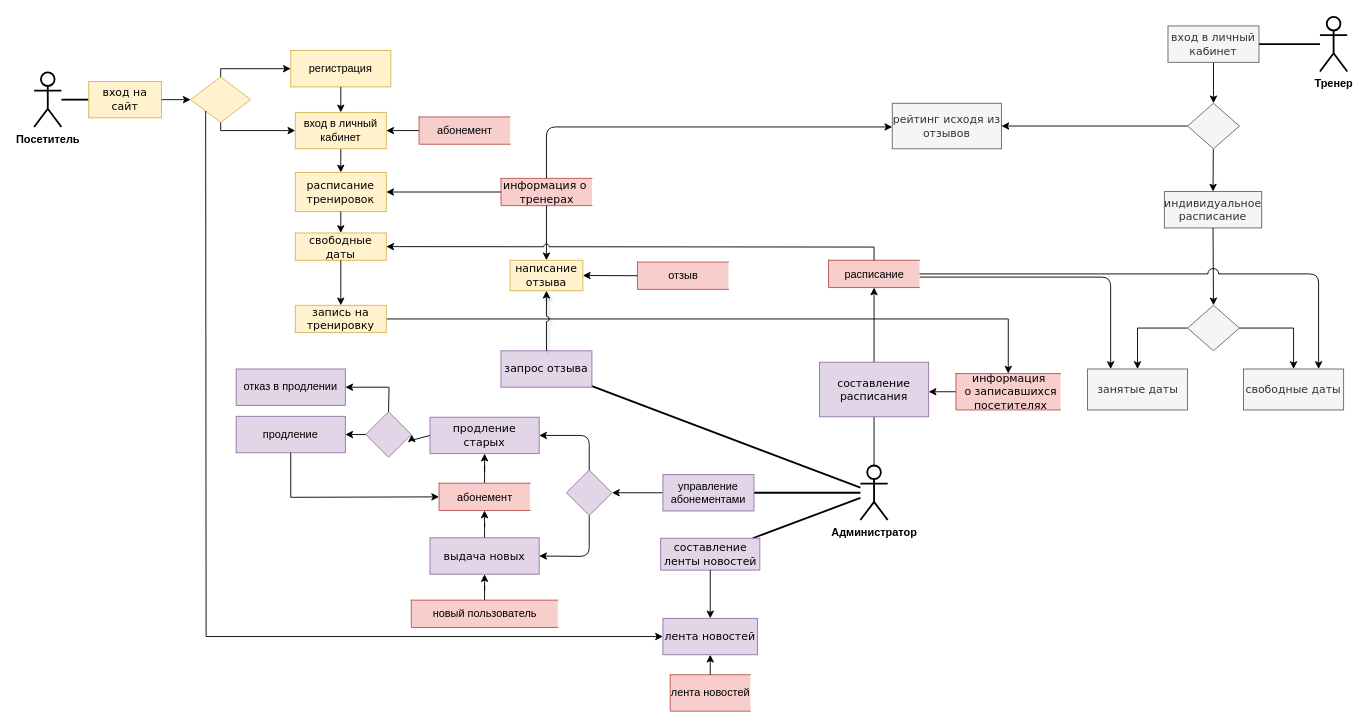
Before: диаграмма действий.drawio in yuliapyrikova/-, a draw.io diagram. Source tidied: cells renumbered, new cells numbered last; positions are measured from the earlier drawing's top-left corner, leaving out a move shared by most shapes. Both pictures are drawn from the tidied source at 91%, with x=0, y=0 at pixel (34, 16).
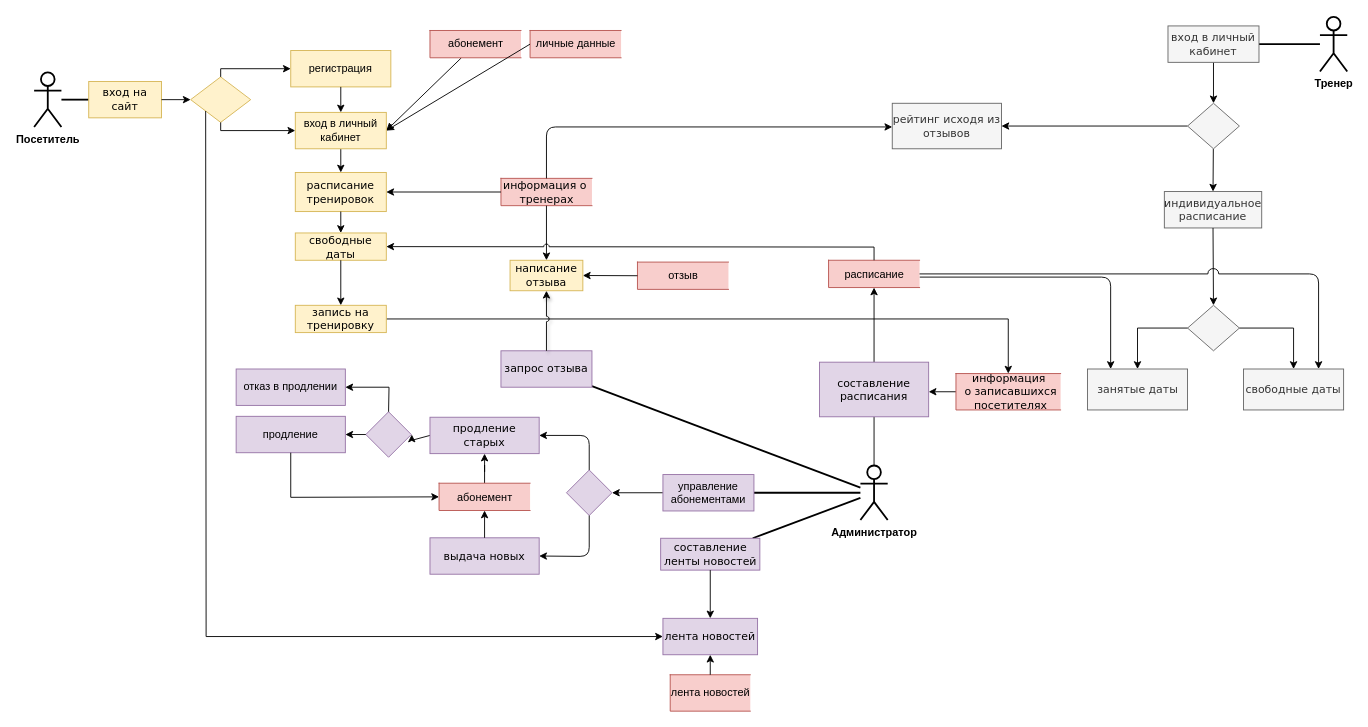
After the change.

Unchanged cells that the change refers to:
```xml
<mxCell id="38" value="&lt;font face=&quot;Verdana&quot;&gt;выдача новых&lt;/font&gt;" style="rounded=0;whiteSpace=wrap;html=1;strokeWidth=1;fillColor=#e1d5e7;strokeColor=#9673a6;" parent="1" vertex="1">
  <mxGeometry x="435" y="572.5" width="120" height="40" as="geometry" />
</mxCell>
<mxCell id="55" value="абонемент" style="html=1;dashed=0;whitespace=wrap;shape=partialRectangle;right=0;fillColor=#f8cecc;strokeColor=#b85450;" parent="1" vertex="1">
  <mxGeometry x="445" y="512.5" width="100" height="30" as="geometry" />
</mxCell>
<mxCell id="69" value="вход в личный кабинет" style="rounded=0;whiteSpace=wrap;html=1;hachureGap=4;strokeWidth=1;fillColor=#fff2cc;strokeColor=#d6b656;" parent="1" vertex="1">
  <mxGeometry x="287" y="105" width="100" height="40" as="geometry" />
</mxCell>
```

The edit, as a diff of the source:
```diff
@@
-    <mxCell id="37" style="edgeStyle=orthogonalEdgeStyle;rounded=1;jumpStyle=arc;jumpSize=12;jettySize=auto;html=1;" parent="1" edge="1" source="38" target="55">
-      <mxGeometry relative="1" as="geometry" />
-    </mxCell>
@@
     <mxCell id="62" value="абонемент" style="html=1;dashed=0;whitespace=wrap;shape=partialRectangle;right=0;fontSize=12;strokeWidth=1;fillColor=#f8cecc;strokeColor=#b85450;" parent="1" vertex="1">
-      <mxGeometry x="423" y="110" width="100" height="30" as="geometry" />
+      <mxGeometry x="435" y="15" width="100" height="30" as="geometry" />
     </mxCell>
-    <mxCell id="63" style="edgeStyle=orthogonalEdgeStyle;rounded=1;jumpStyle=arc;jumpSize=12;jettySize=auto;html=1;" parent="1" edge="1" source="64" target="38">
-      <mxGeometry relative="1" as="geometry" />
-    </mxCell>
-    <mxCell id="64" value="новый пользователь" style="html=1;dashed=0;whitespace=wrap;shape=partialRectangle;right=0;fontSize=12;strokeWidth=1;fillColor=#f8cecc;strokeColor=#b85450;" parent="1" vertex="1">
-      <mxGeometry x="414.5" y="641" width="161" height="30" as="geometry" />
-    </mxCell>
@@
+    <mxCell id="84" value="личные данные" style="html=1;dashed=0;whitespace=wrap;shape=partialRectangle;right=0;fontSize=12;strokeWidth=1;fillColor=#f8cecc;strokeColor=#b85450;" parent="1" vertex="1">
+      <mxGeometry x="545" y="15" width="100" height="30" as="geometry" />
+    </mxCell>
+    <mxCell id="85" style="endArrow=classic;html=1;rounded=0;shadow=0;strokeWidth=1;exitX=0;exitY=0.5;exitDx=0;exitDy=0;entryX=1;entryY=0.5;entryDx=0;entryDy=0;" parent="1" edge="1" source="84" target="69">
+      <mxGeometry relative="1" as="geometry" />
+    </mxCell>
+    <mxCell id="37" style="endArrow=classic;html=1;rounded=0;shadow=0;strokeWidth=1;exitX=0.5;exitY=0;exitDx=0;exitDy=0;entryX=0.5;entryY=1;entryDx=0;entryDy=0;" parent="1" edge="1" source="38" target="55">
+      <mxGeometry relative="1" as="geometry" />
+    </mxCell>
```
